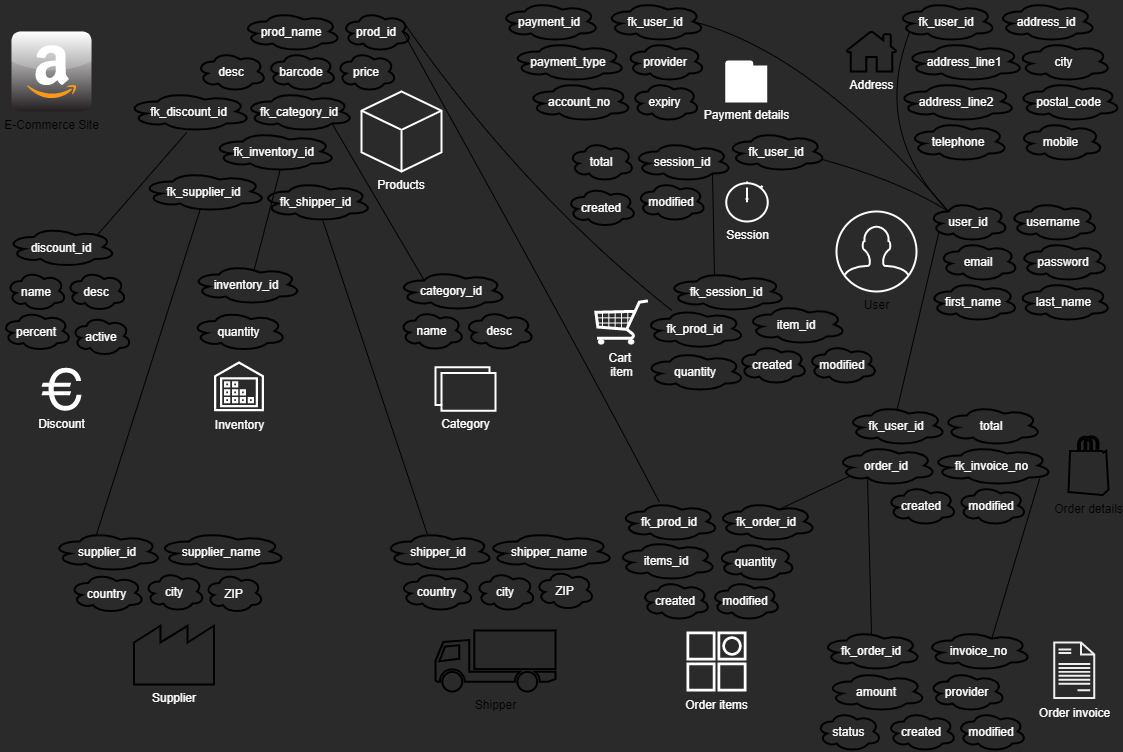
The draw.io diagram diagrams/famazon_cloud_diagram.png in PCSedlaczek/BE15_CR9_Sedlaczek, before a commit. Source tidied: cells renumbered, new cells last; positions are measured from the earlier drawing's top-left corner, leaving out a move shared by most shapes.
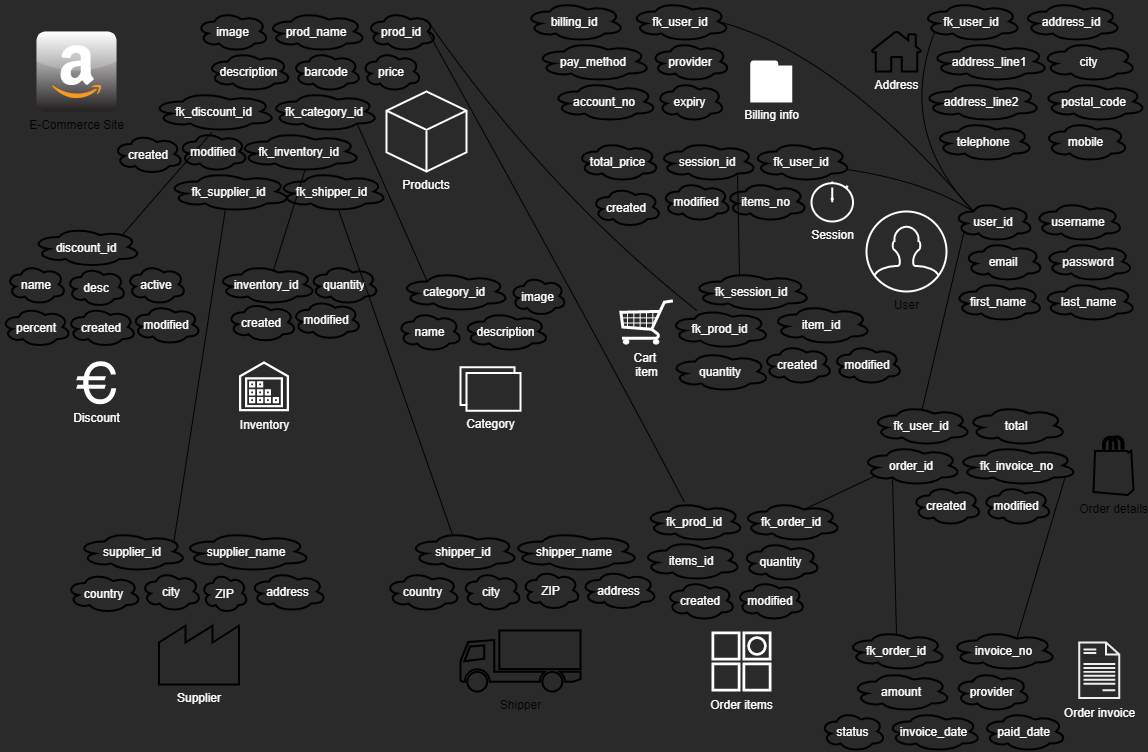
The same file after the commit.

Diff of the diagram source:
```diff
@@ -8,3 +8,3 @@
     <mxCell id="3" value="User" style="html=1;verticalLabelPosition=bottom;align=center;labelBackgroundColor=none;verticalAlign=top;strokeWidth=2;strokeColor=#FFFFFF;shadow=0;dashed=0;shape=mxgraph.ios7.icons.user;fillColor=none;" parent="1" vertex="1">
-      <mxGeometry x="835" y="210" width="80" height="80" as="geometry" />
+      <mxGeometry x="840" y="210" width="80" height="80" as="geometry" />
     </mxCell>
@@ -22,3 +22,3 @@
     </mxCell>
-    <mxCell id="8" value="Payment details" style="html=1;verticalLabelPosition=bottom;align=center;labelBackgroundColor=none;verticalAlign=top;strokeWidth=2;strokeColor=#FFFFFF;shadow=0;dashed=0;shape=mxgraph.ios7.icons.wallet;fontColor=#FFFFFF;fillColor=default;" parent="1" vertex="1">
+    <mxCell id="8" value="Billing info" style="html=1;verticalLabelPosition=bottom;align=center;labelBackgroundColor=none;verticalAlign=top;strokeWidth=2;strokeColor=#FFFFFF;shadow=0;dashed=0;shape=mxgraph.ios7.icons.wallet;fontColor=#FFFFFF;fillColor=default;" parent="1" vertex="1">
       <mxGeometry x="724.8" y="60" width="40" height="40" as="geometry" />
@@ -90,3 +90,3 @@
     </mxCell>
-    <mxCell id="28" value="payment_id" style="ellipse;shape=cloud;whiteSpace=wrap;html=1;align=center;labelBackgroundColor=none;fontColor=#FFFFFF;strokeColor=default;strokeWidth=2;fillColor=none;" parent="1" vertex="1">
+    <mxCell id="28" value="billing_id" style="ellipse;shape=cloud;whiteSpace=wrap;html=1;align=center;labelBackgroundColor=none;fontColor=#FFFFFF;strokeColor=default;strokeWidth=2;fillColor=none;" parent="1" vertex="1">
       <mxGeometry x="498.2" width="100" height="40" as="geometry" />
@@ -103,3 +103,3 @@
     </mxCell>
-    <mxCell id="31" value="payment_type" style="ellipse;shape=cloud;whiteSpace=wrap;html=1;align=center;labelBackgroundColor=none;fontColor=#FFFFFF;strokeColor=default;strokeWidth=2;fillColor=none;" parent="1" vertex="1">
+    <mxCell id="31" value="pay_method" style="ellipse;shape=cloud;whiteSpace=wrap;html=1;align=center;labelBackgroundColor=none;fontColor=#FFFFFF;strokeColor=default;strokeWidth=2;fillColor=none;" parent="1" vertex="1">
       <mxGeometry x="508.8" y="40" width="116" height="40" as="geometry" />
@@ -125,3 +125,3 @@
     <mxCell id="38" value="Session" style="html=1;verticalLabelPosition=bottom;align=center;labelBackgroundColor=none;verticalAlign=top;strokeWidth=2;strokeColor=#FFFFFF;shadow=0;dashed=0;shape=mxgraph.ios7.icons.stopwatch;fontColor=#FFFFFF;fillColor=none;" parent="1" vertex="1">
-      <mxGeometry x="724.8" y="180" width="41.5" height="40" as="geometry" />
+      <mxGeometry x="785" y="180" width="41.5" height="40" as="geometry" />
     </mxCell>
@@ -134,6 +134,6 @@
     <mxCell id="41" value="fk_user_id" style="ellipse;shape=cloud;whiteSpace=wrap;html=1;align=center;labelBackgroundColor=none;fontColor=#FFFFFF;strokeColor=default;strokeWidth=2;fillColor=none;" parent="1" vertex="1">
-      <mxGeometry x="724.8" y="130" width="100" height="40" as="geometry" />
+      <mxGeometry x="724.8" y="140" width="100" height="40" as="geometry" />
     </mxCell>
-    <mxCell id="42" value="total" style="ellipse;shape=cloud;whiteSpace=wrap;html=1;align=center;labelBackgroundColor=none;fontColor=#FFFFFF;strokeColor=default;strokeWidth=2;fillColor=none;" parent="1" vertex="1">
-      <mxGeometry x="567" y="140" width="66" height="40" as="geometry" />
+    <mxCell id="42" value="total_price" style="ellipse;shape=cloud;whiteSpace=wrap;html=1;align=center;labelBackgroundColor=none;fontColor=#FFFFFF;strokeColor=default;strokeWidth=2;fillColor=none;" parent="1" vertex="1">
+      <mxGeometry x="550" y="140" width="83" height="40" as="geometry" />
     </mxCell>
@@ -164,4 +164,4 @@
     </mxCell>
-    <mxCell id="50" value="desc" style="ellipse;shape=cloud;whiteSpace=wrap;html=1;align=center;labelBackgroundColor=none;fontColor=#FFFFFF;strokeColor=default;strokeWidth=2;fillColor=none;" parent="1" vertex="1">
-      <mxGeometry x="195" y="50" width="70" height="40" as="geometry" />
+    <mxCell id="50" value="description" style="ellipse;shape=cloud;whiteSpace=wrap;html=1;align=center;labelBackgroundColor=none;fontColor=#FFFFFF;strokeColor=default;strokeWidth=2;fillColor=none;" parent="1" vertex="1">
+      <mxGeometry x="180" y="50" width="85" height="40" as="geometry" />
     </mxCell>
@@ -195,6 +195,6 @@
     <mxCell id="60" value="inventory_id" style="ellipse;shape=cloud;whiteSpace=wrap;html=1;align=center;labelBackgroundColor=none;fontColor=#FFFFFF;strokeColor=default;strokeWidth=2;fillColor=none;" parent="1" vertex="1">
-      <mxGeometry x="190" y="263" width="110" height="40" as="geometry" />
+      <mxGeometry x="190" y="263" width="100" height="40" as="geometry" />
     </mxCell>
     <mxCell id="61" value="quantity" style="ellipse;shape=cloud;whiteSpace=wrap;html=1;align=center;labelBackgroundColor=none;fontColor=#FFFFFF;strokeColor=default;strokeWidth=2;fillColor=none;" parent="1" vertex="1">
-      <mxGeometry x="190" y="309.5" width="95" height="40" as="geometry" />
+      <mxGeometry x="282.5" y="263" width="70" height="40" as="geometry" />
     </mxCell>
@@ -204,9 +204,9 @@
     <mxCell id="63" value="category_id" style="ellipse;shape=cloud;whiteSpace=wrap;html=1;align=center;labelBackgroundColor=none;fontColor=#FFFFFF;strokeColor=default;strokeWidth=2;fillColor=none;" parent="1" vertex="1">
-      <mxGeometry x="395.2" y="269" width="110" height="40" as="geometry" />
+      <mxGeometry x="373.2" y="270" width="110" height="40" as="geometry" />
     </mxCell>
     <mxCell id="64" value="name" style="ellipse;shape=cloud;whiteSpace=wrap;html=1;align=center;labelBackgroundColor=none;fontColor=#FFFFFF;strokeColor=default;strokeWidth=2;fillColor=none;" parent="1" vertex="1">
-      <mxGeometry x="397.8" y="309" width="65" height="40" as="geometry" />
+      <mxGeometry x="370.6" y="310" width="65" height="40" as="geometry" />
     </mxCell>
-    <mxCell id="65" value="desc" style="ellipse;shape=cloud;whiteSpace=wrap;html=1;align=center;labelBackgroundColor=none;fontColor=#FFFFFF;strokeColor=default;strokeWidth=2;fillColor=none;" parent="1" vertex="1">
-      <mxGeometry x="462.8" y="309" width="70" height="40" as="geometry" />
+    <mxCell id="65" value="description" style="ellipse;shape=cloud;whiteSpace=wrap;html=1;align=center;labelBackgroundColor=none;fontColor=#FFFFFF;strokeColor=default;strokeWidth=2;fillColor=none;" parent="1" vertex="1">
+      <mxGeometry x="435.6" y="310" width="87.2" height="40" as="geometry" />
     </mxCell>
@@ -216,3 +216,3 @@
     <mxCell id="67" value="Discount" style="shape=mxgraph.signs.travel.euro;html=1;fillColor=#FFFFFF;strokeColor=none;verticalLabelPosition=bottom;verticalAlign=top;align=center;labelBackgroundColor=none;fontColor=#FFFFFF;" parent="1" vertex="1">
-      <mxGeometry x="40" y="366.2" width="40" height="43" as="geometry" />
+      <mxGeometry x="49.7" y="359.8" width="40" height="43" as="geometry" />
     </mxCell>
@@ -222,12 +222,12 @@
     <mxCell id="69" value="name" style="ellipse;shape=cloud;whiteSpace=wrap;html=1;align=center;labelBackgroundColor=none;fontColor=#FFFFFF;strokeColor=default;strokeWidth=2;fillColor=none;" parent="1" vertex="1">
-      <mxGeometry x="5" y="269.5" width="60" height="40" as="geometry" />
+      <mxGeometry x="-20.3" y="263" width="60" height="40" as="geometry" />
     </mxCell>
     <mxCell id="70" value="desc" style="ellipse;shape=cloud;whiteSpace=wrap;html=1;align=center;labelBackgroundColor=none;fontColor=#FFFFFF;strokeColor=default;strokeWidth=2;fillColor=none;" parent="1" vertex="1">
-      <mxGeometry x="65" y="269.5" width="60" height="40" as="geometry" />
+      <mxGeometry x="39.7" y="265.5" width="60" height="40" as="geometry" />
     </mxCell>
     <mxCell id="71" value="active" style="ellipse;shape=cloud;whiteSpace=wrap;html=1;align=center;labelBackgroundColor=none;fontColor=#FFFFFF;strokeColor=default;strokeWidth=2;fillColor=none;" parent="1" vertex="1">
-      <mxGeometry x="70" y="314.5" width="60" height="40" as="geometry" />
+      <mxGeometry x="99.7" y="263" width="60" height="40" as="geometry" />
     </mxCell>
     <mxCell id="72" value="percent" style="ellipse;shape=cloud;whiteSpace=wrap;html=1;align=center;labelBackgroundColor=none;fontColor=#FFFFFF;strokeColor=default;strokeWidth=2;fillColor=none;" parent="1" vertex="1">
-      <mxGeometry y="309.5" width="70" height="40" as="geometry" />
+      <mxGeometry x="-25.3" y="305.5" width="70" height="40" as="geometry" />
     </mxCell>
@@ -240,9 +240,9 @@
     <mxCell id="75" value="country" style="ellipse;shape=cloud;whiteSpace=wrap;html=1;align=center;labelBackgroundColor=none;fontColor=#FFFFFF;strokeColor=default;strokeWidth=2;fillColor=none;" parent="1" vertex="1">
-      <mxGeometry x="68.1" y="571.5" width="75" height="40" as="geometry" />
+      <mxGeometry x="39.7" y="571.5" width="75" height="40" as="geometry" />
     </mxCell>
     <mxCell id="76" value="city" style="ellipse;shape=cloud;whiteSpace=wrap;html=1;align=center;labelBackgroundColor=none;fontColor=#FFFFFF;strokeColor=default;strokeWidth=2;fillColor=none;" parent="1" vertex="1">
-      <mxGeometry x="143.1" y="570" width="60" height="40" as="geometry" />
+      <mxGeometry x="114.7" y="570" width="60" height="40" as="geometry" />
     </mxCell>
     <mxCell id="77" value="ZIP" style="ellipse;shape=cloud;whiteSpace=wrap;html=1;align=center;labelBackgroundColor=none;fontColor=#FFFFFF;strokeColor=default;strokeWidth=2;fillColor=none;" parent="1" vertex="1">
-      <mxGeometry x="203.1" y="571.5" width="58.8" height="40" as="geometry" />
+      <mxGeometry x="174.7" y="571.5" width="46.9" height="40" as="geometry" />
     </mxCell>
@@ -255,11 +255,11 @@
     <mxCell id="80" value="country" style="ellipse;shape=cloud;whiteSpace=wrap;html=1;align=center;labelBackgroundColor=none;fontColor=#FFFFFF;strokeColor=default;strokeWidth=2;fillColor=none;" parent="1" vertex="1">
-      <mxGeometry x="397.5" y="570" width="75" height="40" as="geometry" />
+      <mxGeometry x="358.8" y="570" width="75" height="40" as="geometry" />
     </mxCell>
     <mxCell id="81" value="city" style="ellipse;shape=cloud;whiteSpace=wrap;html=1;align=center;labelBackgroundColor=none;fontColor=#FFFFFF;strokeColor=default;strokeWidth=2;fillColor=none;" parent="1" vertex="1">
-      <mxGeometry x="474" y="570" width="60" height="40" as="geometry" />
+      <mxGeometry x="435.2" y="570" width="60" height="40" as="geometry" />
     </mxCell>
     <mxCell id="82" value="ZIP" style="ellipse;shape=cloud;whiteSpace=wrap;html=1;align=center;labelBackgroundColor=none;fontColor=#FFFFFF;strokeColor=default;strokeWidth=2;fillColor=none;" parent="1" vertex="1">
-      <mxGeometry x="534" y="568.5" width="58.8" height="40" as="geometry" />
+      <mxGeometry x="495.2" y="568.5" width="58.8" height="40" as="geometry" />
     </mxCell>
-    <mxCell id="83" style="edgeStyle=none;html=1;fontColor=#FFFFFF;endArrow=none;endFill=0;exitX=0.472;exitY=0.928;exitDx=0;exitDy=0;exitPerimeter=0;entryX=0.4;entryY=0.1;entryDx=0;entryDy=0;entryPerimeter=0;" parent="1" edge="1" source="84" target="73">
+    <mxCell id="83" style="edgeStyle=none;html=1;fontColor=#FFFFFF;endArrow=none;endFill=0;exitX=0.472;exitY=0.928;exitDx=0;exitDy=0;exitPerimeter=0;entryX=0.88;entryY=0.25;entryDx=0;entryDy=0;entryPerimeter=0;" parent="1" edge="1" source="84" target="73">
       <mxGeometry relative="1" as="geometry" />
@@ -273,3 +273,3 @@
     <mxCell id="86" value="fk_shipper_id" style="ellipse;shape=cloud;whiteSpace=wrap;html=1;align=center;labelBackgroundColor=none;fontColor=#FFFFFF;strokeColor=default;strokeWidth=2;fillColor=none;" parent="1" vertex="1">
-      <mxGeometry x="259.4" y="180" width="111.2" height="40" as="geometry" />
+      <mxGeometry x="250" y="170" width="111.2" height="40" as="geometry" />
     </mxCell>
@@ -346,10 +346,43 @@
     <mxCell id="109" value="status" style="ellipse;shape=cloud;whiteSpace=wrap;html=1;align=center;labelBackgroundColor=none;fontColor=#FFFFFF;strokeColor=default;strokeWidth=2;fillColor=none;" parent="1" vertex="1">
-      <mxGeometry x="815" y="710" width="65" height="40" as="geometry" />
+      <mxGeometry x="794" y="710" width="65" height="40" as="geometry" />
     </mxCell>
-    <mxCell id="110" value="created" style="ellipse;shape=cloud;whiteSpace=wrap;html=1;align=center;labelBackgroundColor=none;fontColor=#FFFFFF;strokeColor=default;strokeWidth=2;fillColor=none;" parent="1" vertex="1">
-      <mxGeometry x="885" y="710" width="70" height="40" as="geometry" />
+    <mxCell id="110" value="invoice_date" style="ellipse;shape=cloud;whiteSpace=wrap;html=1;align=center;labelBackgroundColor=none;fontColor=#FFFFFF;strokeColor=default;strokeWidth=2;fillColor=none;" parent="1" vertex="1">
+      <mxGeometry x="860" y="710" width="95" height="40" as="geometry" />
     </mxCell>
-    <mxCell id="111" value="modified" style="ellipse;shape=cloud;whiteSpace=wrap;html=1;align=center;labelBackgroundColor=none;fontColor=#FFFFFF;strokeColor=default;strokeWidth=2;fillColor=none;" parent="1" vertex="1">
-      <mxGeometry x="955" y="710" width="70" height="40" as="geometry" />
+    <mxCell id="111" value="paid_date" style="ellipse;shape=cloud;whiteSpace=wrap;html=1;align=center;labelBackgroundColor=none;fontColor=#FFFFFF;strokeColor=default;strokeWidth=2;fillColor=none;" parent="1" vertex="1">
+      <mxGeometry x="955" y="710" width="85" height="40" as="geometry" />
     </mxCell>
+    <mxCell id="112" value="address" style="ellipse;shape=cloud;whiteSpace=wrap;html=1;align=center;labelBackgroundColor=none;fontColor=#FFFFFF;strokeColor=default;strokeWidth=2;fillColor=none;" parent="1" vertex="1">
+      <mxGeometry x="223.1" y="570" width="76.9" height="40" as="geometry" />
+    </mxCell>
+    <mxCell id="113" value="address" style="ellipse;shape=cloud;whiteSpace=wrap;html=1;align=center;labelBackgroundColor=none;fontColor=#FFFFFF;strokeColor=default;strokeWidth=2;fillColor=none;" parent="1" vertex="1">
+      <mxGeometry x="554" y="568.5" width="76.9" height="40" as="geometry" />
+    </mxCell>
+    <mxCell id="114" value="image" style="ellipse;shape=cloud;whiteSpace=wrap;html=1;align=center;labelBackgroundColor=none;fontColor=#FFFFFF;strokeColor=default;strokeWidth=2;fillColor=none;" parent="1" vertex="1">
+      <mxGeometry x="170" y="10" width="72.5" height="40" as="geometry" />
+    </mxCell>
+    <mxCell id="115" value="items_no" style="ellipse;shape=cloud;whiteSpace=wrap;html=1;align=center;labelBackgroundColor=none;fontColor=#FFFFFF;strokeColor=default;strokeWidth=2;fillColor=none;" parent="1" vertex="1">
+      <mxGeometry x="698.2" y="180" width="83" height="40" as="geometry" />
+    </mxCell>
+    <mxCell id="116" value="image" style="ellipse;shape=cloud;whiteSpace=wrap;html=1;align=center;labelBackgroundColor=none;fontColor=#FFFFFF;strokeColor=default;strokeWidth=2;fillColor=none;" parent="1" vertex="1">
+      <mxGeometry x="483.2" y="274.5" width="56.8" height="40" as="geometry" />
+    </mxCell>
+    <mxCell id="117" value="created" style="ellipse;shape=cloud;whiteSpace=wrap;html=1;align=center;labelBackgroundColor=none;fontColor=#FFFFFF;strokeColor=default;strokeWidth=2;fillColor=none;" parent="1" vertex="1">
+      <mxGeometry x="40" y="305.5" width="70" height="40" as="geometry" />
+    </mxCell>
+    <mxCell id="118" value="modified" style="ellipse;shape=cloud;whiteSpace=wrap;html=1;align=center;labelBackgroundColor=none;fontColor=#FFFFFF;strokeColor=default;strokeWidth=2;fillColor=none;" parent="1" vertex="1">
+      <mxGeometry x="104.7" y="303" width="70" height="40" as="geometry" />
+    </mxCell>
+    <mxCell id="119" value="created" style="ellipse;shape=cloud;whiteSpace=wrap;html=1;align=center;labelBackgroundColor=none;fontColor=#FFFFFF;strokeColor=default;strokeWidth=2;fillColor=none;" parent="1" vertex="1">
+      <mxGeometry x="200.3" y="300.8" width="70" height="40" as="geometry" />
+    </mxCell>
+    <mxCell id="120" value="modified" style="ellipse;shape=cloud;whiteSpace=wrap;html=1;align=center;labelBackgroundColor=none;fontColor=#FFFFFF;strokeColor=default;strokeWidth=2;fillColor=none;" parent="1" vertex="1">
+      <mxGeometry x="265" y="298.2" width="70" height="40" as="geometry" />
+    </mxCell>
+    <mxCell id="121" value="created" style="ellipse;shape=cloud;whiteSpace=wrap;html=1;align=center;labelBackgroundColor=none;fontColor=#FFFFFF;strokeColor=default;strokeWidth=2;fillColor=none;" parent="1" vertex="1">
+      <mxGeometry x="86.9" y="132.5" width="70" height="40" as="geometry" />
+    </mxCell>
+    <mxCell id="122" value="modified" style="ellipse;shape=cloud;whiteSpace=wrap;html=1;align=center;labelBackgroundColor=none;fontColor=#FFFFFF;strokeColor=default;strokeWidth=2;fillColor=none;" parent="1" vertex="1">
+      <mxGeometry x="151.6" y="130" width="70" height="40" as="geometry" />
+    </mxCell>
   </root>
```
